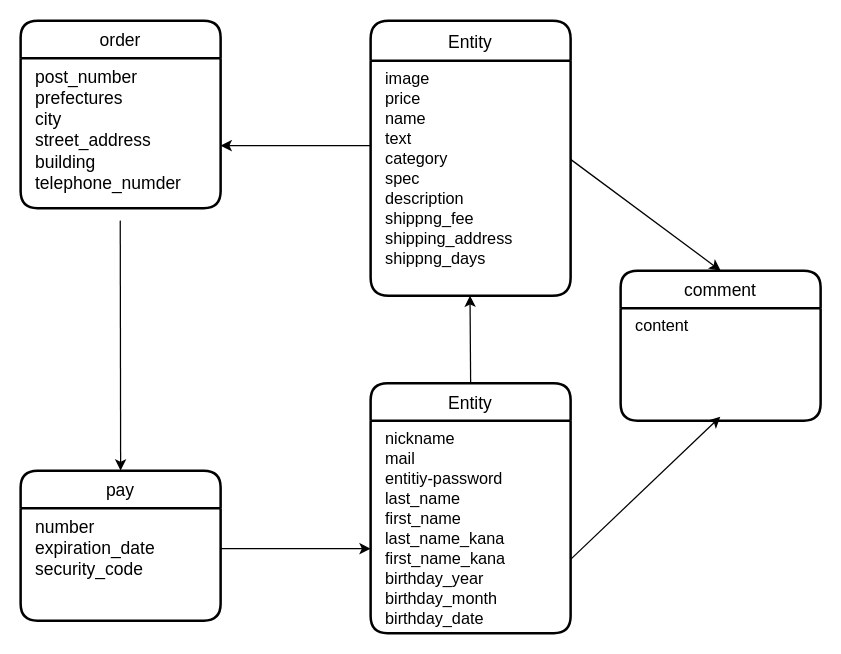
The draw.io diagram app/assets/config/furima.dio in otak0574/furima-37001, before the edit. Source tidied: cells renumbered, new cells numbered last; positions are measured from the earlier drawing's top-left corner, leaving out a move shared by most shapes. Both pictures are drawn from the tidied source at 125%, with x=0, y=0 at pixel (20, 20).
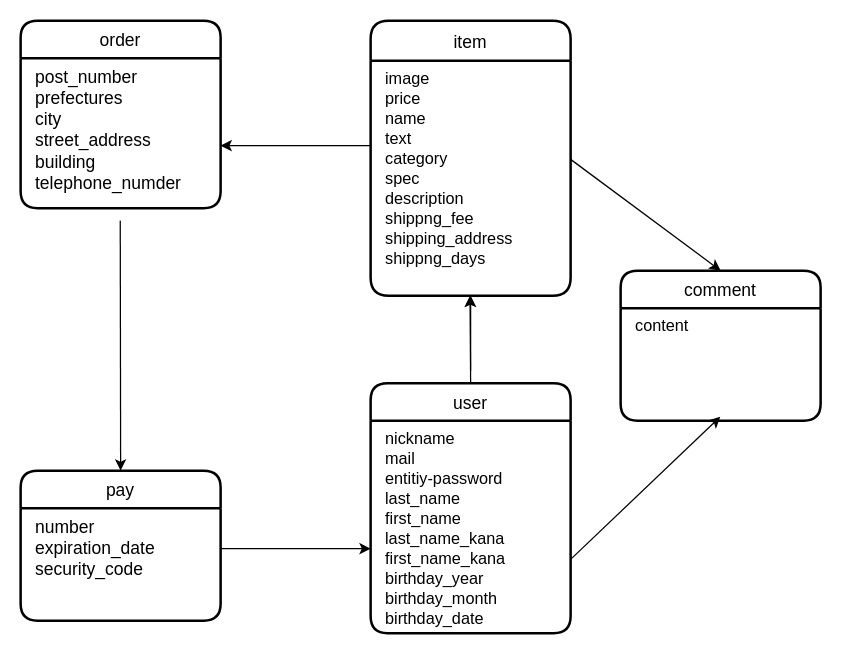
The same page after the edit.

Unchanged cells that the change refers to:
```xml
<mxCell id="9" value="image&#10;price&#10;name&#10;text&#10;category&#10;spec&#10;description&#10;shippng_fee&#10;shipping_address&#10;shippng_days" style="align=left;strokeColor=none;fillColor=none;spacingLeft=10;fontSize=13;verticalAlign=top;" parent="8" vertex="1">
  <mxGeometry y="32" width="160" height="188" as="geometry" />
</mxCell>
```

Change to the diagram source:
```diff
@@
-    <mxCell id="8" value="Entity" style="swimlane;horizontal=1;startSize=32;rounded=1;fontSize=14;fontStyle=0;strokeWidth=2;shadow=0;dashed=0;align=center;" parent="1" vertex="1">
+    <mxCell id="8" value="item" style="swimlane;horizontal=1;startSize=32;rounded=1;fontSize=14;fontStyle=0;strokeWidth=2;shadow=0;dashed=0;align=center;" parent="1" vertex="1">
       <mxGeometry x="280" width="160" height="220" as="geometry" />
     </mxCell>
@@
-    <mxCell id="12" value="Entity" style="swimlane;horizontal=1;startSize=30;rounded=1;fontSize=14;fontStyle=0;strokeWidth=2;shadow=0;dashed=0;align=center;" parent="1" vertex="1">
+    <mxCell id="12" value="user" style="swimlane;horizontal=1;startSize=30;rounded=1;fontSize=14;fontStyle=0;strokeWidth=2;shadow=0;dashed=0;align=center;" parent="1" vertex="1">
       <mxGeometry x="280" y="290" width="160" height="200" as="geometry" />
     </mxCell>
@@
+    <mxCell id="18" style="edgeStyle=none;html=1;fontSize=14;" parent="1" edge="1" target="9">
+      <mxGeometry relative="1" as="geometry">
+        <mxPoint x="360" y="280" as="sourcePoint" />
+      </mxGeometry>
+    </mxCell>
```
